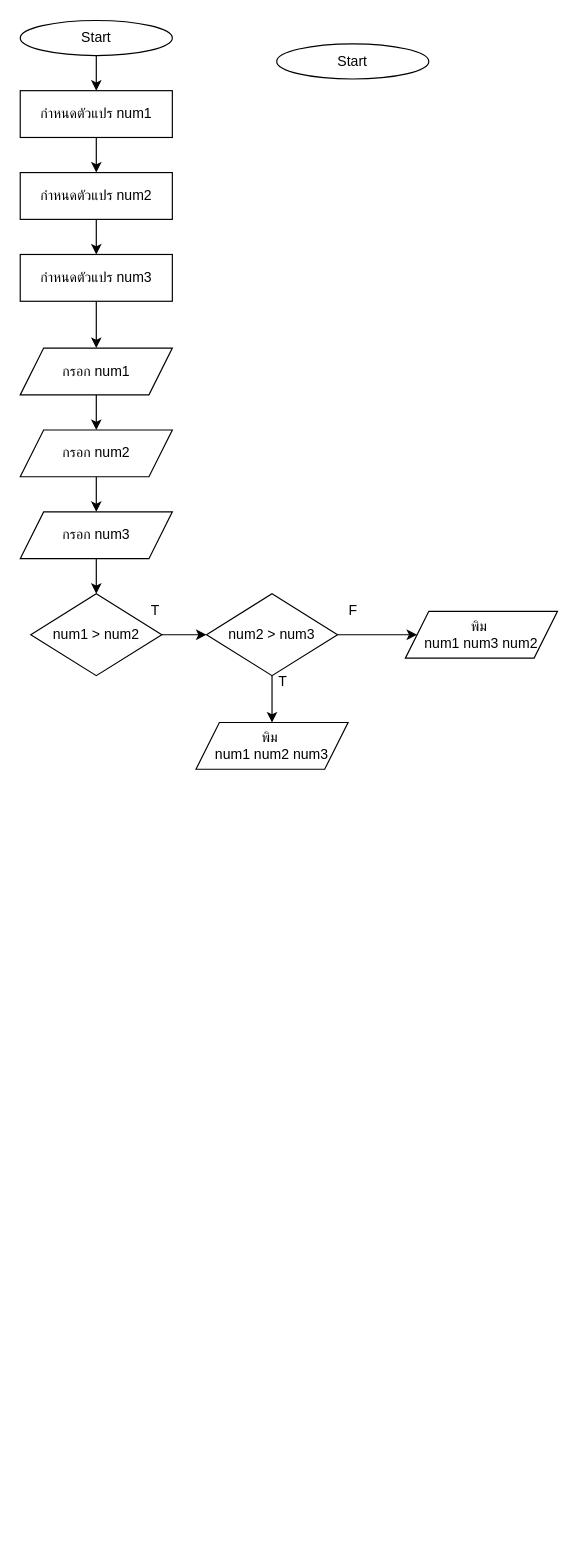
Before: HW/HW05/hw05-2/hw05-2.drawio in aphiwat-window/ENGCE117, a draw.io diagram. Source tidied: cells renumbered, new cells numbered last; positions are measured from the earlier drawing's top-left corner, leaving out a move shared by most shapes. Both pictures are drawn from the tidied source at 117%, with x=0, y=0 at pixel (20, 20).
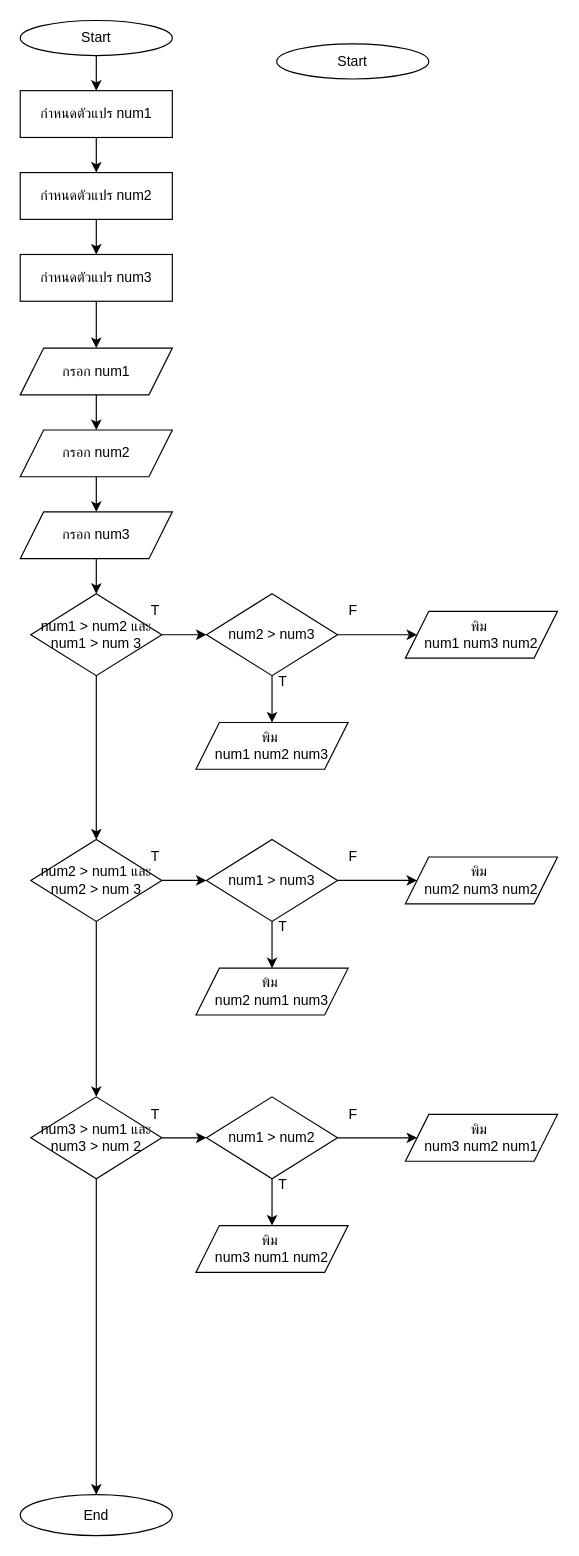
The same diagram, later.

What changed in the source:
```diff
@@
+    <mxCell id="27" style="edgeStyle=orthogonalEdgeStyle;rounded=0;jettySize=auto;html=1;entryX=0.5;entryY=0;entryDx=0;entryDy=0;" parent="1" edge="1" source="18" target="30">
+      <mxGeometry relative="1" as="geometry" />
+    </mxCell>
-    <mxCell id="18" value="num1 &amp;gt; num2" style="rhombus;whiteSpace=wrap;html=1;" parent="1" vertex="1">
+    <mxCell id="18" value="num1 &amp;gt; num2 และ&lt;div&gt;num1 &amp;gt; num 3&lt;/div&gt;" style="rhombus;whiteSpace=wrap;html=1;" parent="1" vertex="1">
       <mxGeometry x="8.8" y="490" width="112" height="70" as="geometry" />
     </mxCell>
@@
+    <mxCell id="28" style="edgeStyle=orthogonalEdgeStyle;rounded=0;jettySize=auto;html=1;" parent="1" edge="1" source="30" target="33">
+      <mxGeometry relative="1" as="geometry" />
+    </mxCell>
+    <mxCell id="29" style="edgeStyle=orthogonalEdgeStyle;rounded=0;jettySize=auto;html=1;entryX=0.5;entryY=0;entryDx=0;entryDy=0;" parent="1" edge="1" source="30" target="41">
+      <mxGeometry relative="1" as="geometry" />
+    </mxCell>
+    <mxCell id="30" value="num2 &amp;gt; num1 และ&lt;div&gt;num2 &amp;gt; num 3&lt;/div&gt;" style="rhombus;whiteSpace=wrap;html=1;" parent="1" vertex="1">
+      <mxGeometry x="8.8" y="700" width="112" height="70" as="geometry" />
+    </mxCell>
+    <mxCell id="31" style="edgeStyle=orthogonalEdgeStyle;rounded=0;jettySize=auto;html=1;" parent="1" edge="1" source="33" target="34">
+      <mxGeometry relative="1" as="geometry" />
+    </mxCell>
+    <mxCell id="32" style="edgeStyle=orthogonalEdgeStyle;rounded=0;jettySize=auto;html=1;" parent="1" edge="1" source="33" target="36">
+      <mxGeometry relative="1" as="geometry" />
+    </mxCell>
+    <mxCell id="33" value="num1 &amp;gt; num3" style="rhombus;whiteSpace=wrap;html=1;" parent="1" vertex="1">
+      <mxGeometry x="159" y="700" width="112" height="70" as="geometry" />
+    </mxCell>
+    <mxCell id="34" value="พิม&amp;nbsp;&lt;br&gt;&lt;div&gt;&lt;span style=&quot;background-color: initial;&quot;&gt;num2&lt;/span&gt;&amp;nbsp;num1 num3&lt;/div&gt;" style="shape=parallelogram;perimeter=parallelogramPerimeter;whiteSpace=wrap;html=1;fixedSize=1;" parent="1" vertex="1">
+      <mxGeometry x="150" y="810" width="130" height="40" as="geometry" />
+    </mxCell>
+    <mxCell id="35" value="T" style="text;html=1;align=center;verticalAlign=middle;strokeColor=none;fillColor=none;" parent="1" vertex="1">
+      <mxGeometry x="99.8" y="700" width="30" height="30" as="geometry" />
+    </mxCell>
+    <mxCell id="36" value="พิม&amp;nbsp;&lt;br&gt;&lt;div&gt;&lt;span style=&quot;background-color: initial;&quot;&gt;num2&lt;/span&gt;&amp;nbsp;num3 num2&lt;/div&gt;" style="shape=parallelogram;perimeter=parallelogramPerimeter;whiteSpace=wrap;html=1;fixedSize=1;" parent="1" vertex="1">
+      <mxGeometry x="329" y="715" width="130" height="40" as="geometry" />
+    </mxCell>
+    <mxCell id="37" value="T" style="text;html=1;align=center;verticalAlign=middle;strokeColor=none;fillColor=none;" parent="1" vertex="1">
+      <mxGeometry x="209" y="760" width="30" height="30" as="geometry" />
+    </mxCell>
+    <mxCell id="38" value="F" style="text;html=1;align=center;verticalAlign=middle;strokeColor=none;fillColor=none;" parent="1" vertex="1">
+      <mxGeometry x="269" y="700" width="30" height="30" as="geometry" />
+    </mxCell>
+    <mxCell id="39" style="edgeStyle=orthogonalEdgeStyle;rounded=0;jettySize=auto;html=1;" parent="1" edge="1" source="41" target="44">
+      <mxGeometry relative="1" as="geometry" />
+    </mxCell>
+    <mxCell id="40" style="edgeStyle=orthogonalEdgeStyle;rounded=0;jettySize=auto;html=1;entryX=0.5;entryY=0;entryDx=0;entryDy=0;" parent="1" edge="1" source="41" target="50">
+      <mxGeometry relative="1" as="geometry" />
+    </mxCell>
+    <mxCell id="41" value="num3 &amp;gt; num1 และ&lt;div&gt;num3 &amp;gt; num 2&lt;/div&gt;" style="rhombus;whiteSpace=wrap;html=1;" parent="1" vertex="1">
+      <mxGeometry x="8.8" y="920" width="112" height="70" as="geometry" />
+    </mxCell>
+    <mxCell id="42" style="edgeStyle=orthogonalEdgeStyle;rounded=0;jettySize=auto;html=1;" parent="1" edge="1" source="44" target="45">
+      <mxGeometry relative="1" as="geometry" />
+    </mxCell>
+    <mxCell id="43" style="edgeStyle=orthogonalEdgeStyle;rounded=0;jettySize=auto;html=1;" parent="1" edge="1" source="44" target="47">
+      <mxGeometry relative="1" as="geometry" />
+    </mxCell>
+    <mxCell id="44" value="num1 &amp;gt; num2" style="rhombus;whiteSpace=wrap;html=1;" parent="1" vertex="1">
+      <mxGeometry x="159" y="920" width="112" height="70" as="geometry" />
+    </mxCell>
+    <mxCell id="45" value="พิม&amp;nbsp;&lt;br&gt;&lt;div&gt;&lt;span style=&quot;background-color: initial;&quot;&gt;num3&lt;/span&gt;&amp;nbsp;num1 num2&lt;/div&gt;" style="shape=parallelogram;perimeter=parallelogramPerimeter;whiteSpace=wrap;html=1;fixedSize=1;" parent="1" vertex="1">
+      <mxGeometry x="150" y="1030" width="130" height="40" as="geometry" />
+    </mxCell>
+    <mxCell id="46" value="T" style="text;html=1;align=center;verticalAlign=middle;strokeColor=none;fillColor=none;" parent="1" vertex="1">
+      <mxGeometry x="99.8" y="920" width="30" height="30" as="geometry" />
+    </mxCell>
+    <mxCell id="47" value="พิม&amp;nbsp;&lt;br&gt;&lt;div&gt;&lt;span style=&quot;background-color: initial;&quot;&gt;num3&lt;/span&gt;&amp;nbsp;num2 num1&lt;/div&gt;" style="shape=parallelogram;perimeter=parallelogramPerimeter;whiteSpace=wrap;html=1;fixedSize=1;" parent="1" vertex="1">
+      <mxGeometry x="329" y="935" width="130" height="40" as="geometry" />
+    </mxCell>
+    <mxCell id="48" value="T" style="text;html=1;align=center;verticalAlign=middle;strokeColor=none;fillColor=none;" parent="1" vertex="1">
+      <mxGeometry x="209" y="980" width="30" height="30" as="geometry" />
+    </mxCell>
+    <mxCell id="49" value="F" style="text;html=1;align=center;verticalAlign=middle;strokeColor=none;fillColor=none;" parent="1" vertex="1">
+      <mxGeometry x="269" y="920" width="30" height="30" as="geometry" />
+    </mxCell>
+    <mxCell id="50" value="&lt;font face=&quot;Sarabun&quot;&gt;End&lt;/font&gt;" style="ellipse;whiteSpace=wrap;html=1;" parent="1" vertex="1">
+      <mxGeometry x="-0.2" y="1260" width="130" height="35" as="geometry" />
+    </mxCell>
```
